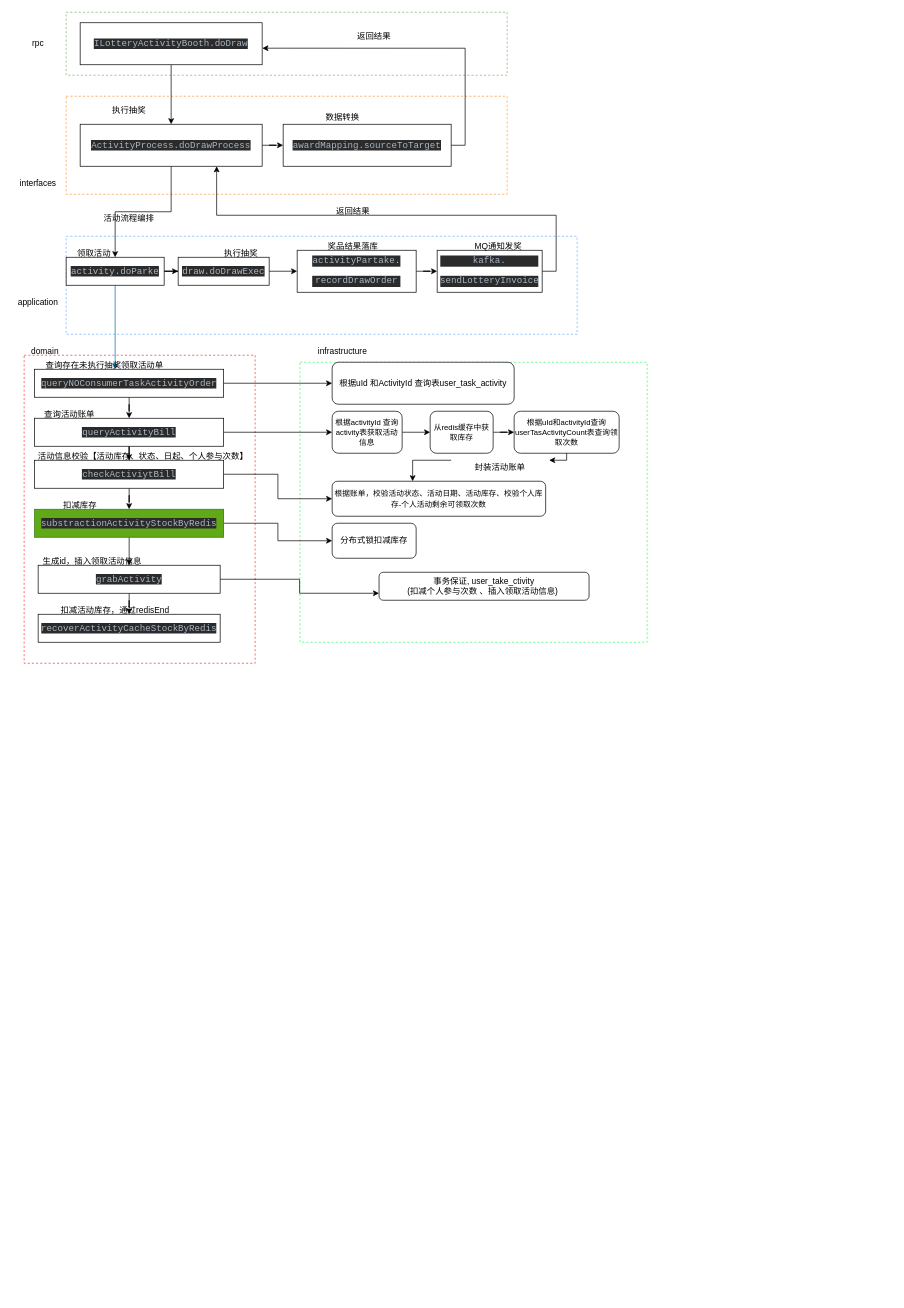
The draw.io diagram lottery-架构图.drawio in VilaNan/tsxxx.github.io, before the edit. Source tidied: cells renumbered, new cells numbered last; positions are measured from the earlier drawing's top-left corner, leaving out a move shared by most shapes. Both pictures are drawn from the tidied source at 70%, with x=0, y=0 at pixel (17, 12).
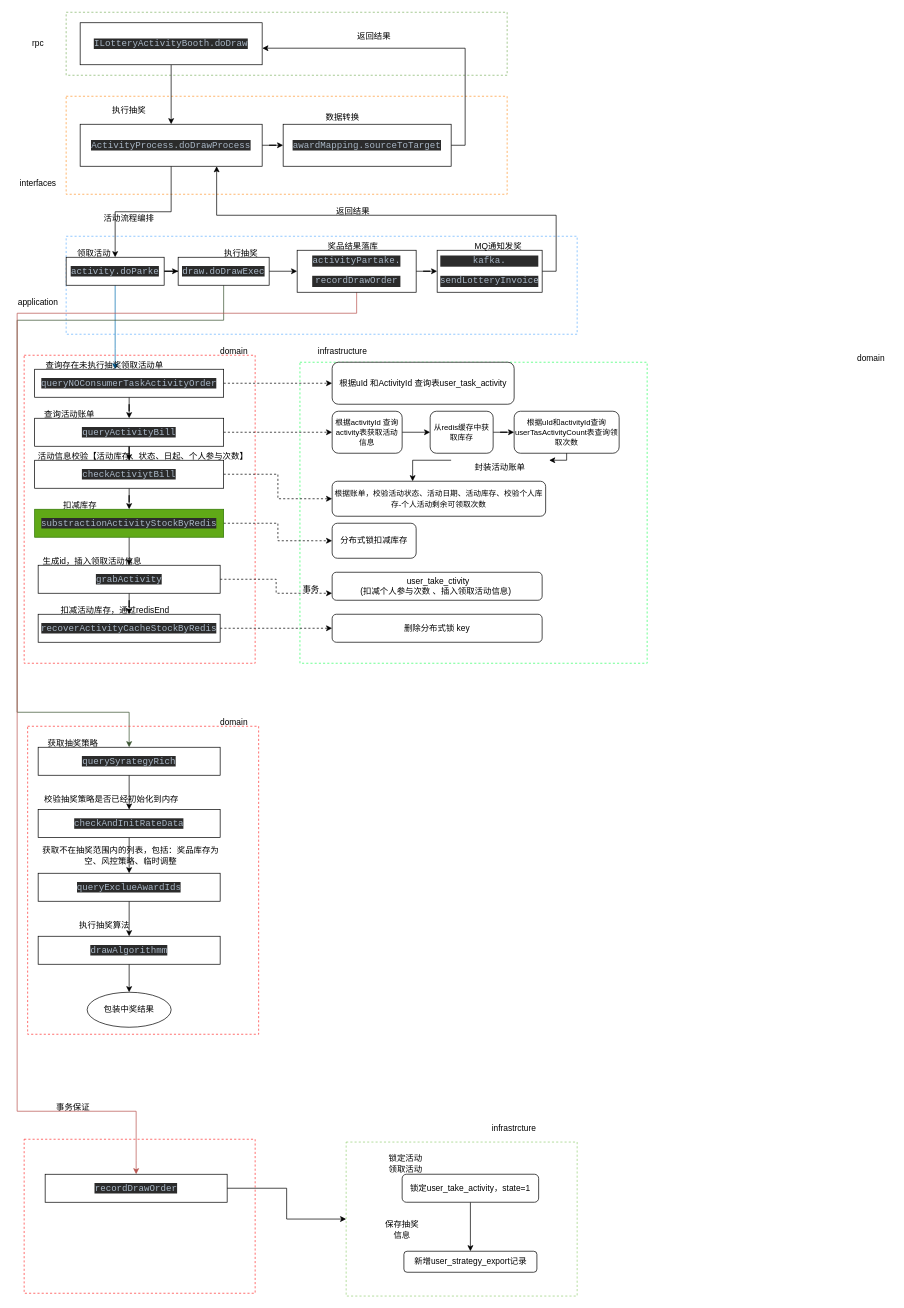
The same page after the edit.

The change refers to these unchanged cells:
```xml
<mxCell id="26" value="&lt;pre style=&quot;border-color: var(--border-color); background-color: rgb(43, 43, 43); color: rgb(169, 183, 198); font-family: &amp;quot;JetBrains Mono&amp;quot;, monospace; font-size: 9.8pt;&quot;&gt;draw.doDrawExec&lt;/pre&gt;" style="whiteSpace=wrap;html=1;rounded=0;" parent="1" vertex="1">
  <mxGeometry x="230" y="350" width="130" height="40" as="geometry" />
</mxCell>
<mxCell id="28" value="&lt;pre style=&quot;border-color: var(--border-color); background-color: rgb(43, 43, 43); color: rgb(169, 183, 198); font-family: &amp;quot;JetBrains Mono&amp;quot;, monospace; font-size: 9.8pt;&quot;&gt;activityPartake.&lt;/pre&gt;&lt;pre style=&quot;border-color: var(--border-color); background-color: rgb(43, 43, 43); color: rgb(169, 183, 198); font-family: &amp;quot;JetBrains Mono&amp;quot;, monospace; font-size: 9.8pt;&quot;&gt;recordDrawOrder&lt;/pre&gt;" style="whiteSpace=wrap;html=1;rounded=0;" parent="1" vertex="1">
  <mxGeometry x="400" y="340" width="170" height="60" as="geometry" />
</mxCell>
<mxCell id="38" value="&lt;pre style=&quot;border-color: var(--border-color); background-color: rgb(43, 43, 43); color: rgb(169, 183, 198); font-family: &amp;quot;JetBrains Mono&amp;quot;, monospace; font-size: 9.8pt;&quot;&gt;queryNOConsumerTaskActivityOrder&lt;/pre&gt;" style="rounded=0;whiteSpace=wrap;html=1;" parent="1" vertex="1">
  <mxGeometry x="25" y="510" width="270" height="40" as="geometry" />
</mxCell>
<mxCell id="41" value="&lt;pre style=&quot;border-color: var(--border-color); background-color: rgb(43, 43, 43); color: rgb(169, 183, 198); font-family: &amp;quot;JetBrains Mono&amp;quot;, monospace; font-size: 9.8pt;&quot;&gt;queryActivityBill&lt;/pre&gt;" style="rounded=0;whiteSpace=wrap;html=1;" parent="1" vertex="1">
  <mxGeometry x="25" y="580" width="270" height="40" as="geometry" />
</mxCell>
<mxCell id="44" value="&lt;pre style=&quot;border-color: var(--border-color); background-color: rgb(43, 43, 43); color: rgb(169, 183, 198); font-family: &amp;quot;JetBrains Mono&amp;quot;, monospace; font-size: 9.8pt;&quot;&gt;&lt;pre style=&quot;border-color: var(--border-color); font-family: &amp;quot;JetBrains Mono&amp;quot;, monospace; font-size: 9.8pt;&quot;&gt;substractionActivityStockByRedis&lt;/pre&gt;&lt;/pre&gt;" style="rounded=0;whiteSpace=wrap;html=1;fillColor=#60a917;fontColor=#ffffff;strokeColor=#2D7600;" parent="1" vertex="1">
  <mxGeometry x="25" y="710" width="270" height="40" as="geometry" />
</mxCell>
<mxCell id="47" value="&lt;pre style=&quot;border-color: var(--border-color); background-color: rgb(43, 43, 43); color: rgb(169, 183, 198); font-family: &amp;quot;JetBrains Mono&amp;quot;, monospace; font-size: 9.8pt;&quot;&gt;checkActiviytBill&lt;/pre&gt;" style="rounded=0;whiteSpace=wrap;html=1;" parent="1" vertex="1">
  <mxGeometry x="25" y="640" width="270" height="40" as="geometry" />
</mxCell>
<mxCell id="54" value="&lt;pre style=&quot;border-color: var(--border-color); color: rgb(169, 183, 198); font-size: 9.8pt; font-family: &amp;quot;JetBrains Mono&amp;quot;, monospace;&quot;&gt;&lt;pre style=&quot;border-color: var(--border-color); background-color: rgb(43, 43, 43); font-family: &amp;quot;JetBrains Mono&amp;quot;, monospace; font-size: 9.8pt;&quot;&gt;grabActivity&lt;/pre&gt;&lt;/pre&gt;" style="whiteSpace=wrap;html=1;rounded=0;" parent="1" vertex="1">
  <mxGeometry x="30" y="790" width="260" height="40" as="geometry" />
</mxCell>
<mxCell id="56" value="&lt;pre style=&quot;border-color: var(--border-color); color: rgb(169, 183, 198); font-size: 9.8pt; font-style: normal; font-variant-ligatures: normal; font-variant-caps: normal; font-weight: 400; letter-spacing: normal; orphans: 2; text-align: center; text-indent: 0px; text-transform: none; widows: 2; word-spacing: 0px; -webkit-text-stroke-width: 0px; text-decoration-thickness: initial; text-decoration-style: initial; text-decoration-color: initial; background-color: rgb(43, 43, 43); font-family: &amp;quot;JetBrains Mono&amp;quot;, monospace;&quot;&gt;recoverActivityCacheStockByRedis&lt;/pre&gt;" style="whiteSpace=wrap;html=1;rounded=0;" parent="1" vertex="1">
  <mxGeometry x="30" y="860" width="260" height="40" as="geometry" />
</mxCell>
<mxCell id="59" value="根据uId 和ActivityId 查询表user_task_activity" style="rounded=1;whiteSpace=wrap;html=1;" parent="1" vertex="1">
  <mxGeometry x="450" y="500" width="260" height="60" as="geometry" />
</mxCell>
<mxCell id="61" value="&lt;span style=&quot;font-size: 11px;&quot;&gt;根据activityId 查询activity表获取活动信息&lt;/span&gt;" style="rounded=1;whiteSpace=wrap;html=1;" parent="1" vertex="1">
  <mxGeometry x="450" y="570" width="100" height="60" as="geometry" />
</mxCell>
<mxCell id="66" value="&lt;span style=&quot;font-size: 11px;&quot;&gt;根据账单，校验活动状态、活动日期、活动库存、校验个人库存-个人活动剩余可领取次数&lt;/span&gt;" style="rounded=1;whiteSpace=wrap;html=1;" parent="1" vertex="1">
  <mxGeometry x="450" y="670" width="305" height="50" as="geometry" />
</mxCell>
<mxCell id="69" value="分布式锁扣减库存" style="rounded=1;whiteSpace=wrap;html=1;" parent="1" vertex="1">
  <mxGeometry x="450" y="730" width="120" height="50" as="geometry" />
</mxCell>
```

Change to the diagram source:
```diff
@@
     <mxCell id="9" value="domain" style="text;html=1;strokeColor=none;fillColor=none;align=center;verticalAlign=middle;whiteSpace=wrap;rounded=0;" parent="1" vertex="1">
-      <mxGeometry x="10" y="470" width="60" height="30" as="geometry" />
+      <mxGeometry x="280" y="470" width="60" height="30" as="geometry" />
     </mxCell>
     <mxCell id="10" style="rounded=0;whiteSpace=wrap;html=1;fillColor=none;dashed=1;strokeColor=#33ff66;" parent="1" vertex="1">
-      <mxGeometry x="404" y="500" width="496" height="400" as="geometry" />
+      <mxGeometry x="404" y="500" width="496" height="430" as="geometry" />
     </mxCell>
@@
+    <mxCell id="71" style="edgeStyle=orthogonalEdgeStyle;rounded=0;jettySize=auto;html=1;fillColor=#6d8764;strokeColor=#3A5431;entryX=0.5;entryY=0;entryDx=0;entryDy=0;" parent="1" edge="1" source="26" target="78">
+      <mxGeometry relative="1" as="geometry">
+        <Array as="points">
+          <mxPoint x="295" y="440" />
+          <mxPoint y="440" />
+          <mxPoint y="1000" />
+          <mxPoint x="160" y="1000" />
+        </Array>
+      </mxGeometry>
+    </mxCell>
@@
+    <mxCell id="72" style="edgeStyle=orthogonalEdgeStyle;rounded=0;jettySize=auto;html=1;fillColor=#f8cecc;gradientColor=#ea6b66;strokeColor=#b85450;entryX=0.5;entryY=0;entryDx=0;entryDy=0;" parent="1" edge="1" source="28" target="93">
+      <mxGeometry relative="1" as="geometry">
+        <Array as="points">
+          <mxPoint x="485" y="430" />
+          <mxPoint y="430" />
+          <mxPoint y="1570" />
+          <mxPoint x="170" y="1570" />
+          <mxPoint x="170" y="1640" />
+        </Array>
+      </mxGeometry>
+    </mxCell>
@@
-    <mxCell id="37" style="edgeStyle=orthogonalEdgeStyle;rounded=0;jettySize=auto;html=1;entryX=0;entryY=0.5;entryDx=0;entryDy=0;" parent="1" edge="1" source="38" target="59">
+    <mxCell id="37" style="edgeStyle=orthogonalEdgeStyle;rounded=0;jettySize=auto;html=1;entryX=0;entryY=0.5;entryDx=0;entryDy=0;dashed=1;" parent="1" edge="1" source="38" target="59">
       <mxGeometry relative="1" as="geometry" />
     </mxCell>
@@
-    <mxCell id="40" style="edgeStyle=orthogonalEdgeStyle;rounded=0;jettySize=auto;html=1;entryX=0;entryY=0.5;entryDx=0;entryDy=0;" parent="1" edge="1" source="41" target="61">
+    <mxCell id="40" style="edgeStyle=orthogonalEdgeStyle;rounded=0;jettySize=auto;html=1;entryX=0;entryY=0.5;entryDx=0;entryDy=0;dashed=1;" parent="1" edge="1" source="41" target="61">
       <mxGeometry relative="1" as="geometry" />
     </mxCell>
@@
-    <mxCell id="43" style="edgeStyle=orthogonalEdgeStyle;rounded=0;jettySize=auto;html=1;" parent="1" edge="1" source="44" target="69">
+    <mxCell id="43" style="edgeStyle=orthogonalEdgeStyle;rounded=0;jettySize=auto;html=1;dashed=1;" parent="1" edge="1" source="44" target="69">
       <mxGeometry relative="1" as="geometry" />
     </mxCell>
@@
-    <mxCell id="46" style="edgeStyle=orthogonalEdgeStyle;rounded=0;jettySize=auto;html=1;entryX=0;entryY=0.5;entryDx=0;entryDy=0;" parent="1" edge="1" source="47" target="66">
+    <mxCell id="46" style="edgeStyle=orthogonalEdgeStyle;rounded=0;jettySize=auto;html=1;entryX=0;entryY=0.5;entryDx=0;entryDy=0;dashed=1;" parent="1" edge="1" source="47" target="66">
       <mxGeometry relative="1" as="geometry" />
     </mxCell>
@@
-    <mxCell id="53" style="edgeStyle=orthogonalEdgeStyle;rounded=0;jettySize=auto;html=1;entryX=0;entryY=0.75;entryDx=0;entryDy=0;" parent="1" edge="1" source="54" target="70">
+    <mxCell id="53" style="edgeStyle=orthogonalEdgeStyle;rounded=0;jettySize=auto;html=1;entryX=0;entryY=0.75;entryDx=0;entryDy=0;dashed=1;" parent="1" edge="1" source="54" target="70">
       <mxGeometry relative="1" as="geometry" />
     </mxCell>
@@
+    <mxCell id="73" style="edgeStyle=orthogonalEdgeStyle;rounded=0;jettySize=auto;html=1;dashed=1;" parent="1" edge="1" source="56" target="74">
+      <mxGeometry relative="1" as="geometry" />
+    </mxCell>
@@
-    <mxCell id="70" value="事务保证,&amp;nbsp;user_take_ctivity&lt;br&gt;(扣减个人参与次数 、插入领取活动信息)&amp;nbsp;" style="rounded=1;whiteSpace=wrap;html=1;" parent="1" vertex="1">
-      <mxGeometry x="517" y="800" width="300" height="40" as="geometry" />
+    <mxCell id="70" value="&amp;nbsp;user_take_ctivity&lt;br&gt;(扣减个人参与次数 、插入领取活动信息)&amp;nbsp;" style="rounded=1;whiteSpace=wrap;html=1;" parent="1" vertex="1">
+      <mxGeometry x="450" y="800" width="300" height="40" as="geometry" />
     </mxCell>
+    <mxCell id="74" value="删除分布式锁 key" style="rounded=1;whiteSpace=wrap;html=1;" parent="1" vertex="1">
+      <mxGeometry x="450" y="860" width="300" height="40" as="geometry" />
+    </mxCell>
+    <mxCell id="75" style="rounded=0;whiteSpace=wrap;html=1;fillColor=none;dashed=1;strokeColor=#ff3333;" parent="1" vertex="1">
+      <mxGeometry x="15" y="1020" width="330" height="440" as="geometry" />
+    </mxCell>
+    <mxCell id="76" value="domain" style="text;html=1;strokeColor=none;fillColor=none;align=center;verticalAlign=middle;whiteSpace=wrap;rounded=0;" parent="1" vertex="1">
+      <mxGeometry x="280" y="1000" width="60" height="30" as="geometry" />
+    </mxCell>
+    <mxCell id="77" style="edgeStyle=orthogonalEdgeStyle;rounded=0;jettySize=auto;html=1;" parent="1" edge="1" source="78" target="80">
+      <mxGeometry relative="1" as="geometry" />
+    </mxCell>
+    <mxCell id="78" value="&lt;pre style=&quot;border-color: var(--border-color); color: rgb(169, 183, 198); font-size: 9.8pt; font-style: normal; font-variant-ligatures: normal; font-variant-caps: normal; font-weight: 400; letter-spacing: normal; orphans: 2; text-align: center; text-indent: 0px; text-transform: none; widows: 2; word-spacing: 0px; -webkit-text-stroke-width: 0px; text-decoration-thickness: initial; text-decoration-style: initial; text-decoration-color: initial; background-color: rgb(43, 43, 43); font-family: &amp;quot;JetBrains Mono&amp;quot;, monospace;&quot;&gt;querySyrategyRich&lt;/pre&gt;" style="whiteSpace=wrap;html=1;rounded=0;" parent="1" vertex="1">
+      <mxGeometry x="30" y="1050" width="260" height="40" as="geometry" />
+    </mxCell>
+    <mxCell id="79" style="edgeStyle=orthogonalEdgeStyle;rounded=0;jettySize=auto;html=1;" parent="1" edge="1" source="80" target="82">
+      <mxGeometry relative="1" as="geometry" />
+    </mxCell>
+    <mxCell id="80" value="&lt;pre style=&quot;border-color: var(--border-color); color: rgb(169, 183, 198); font-size: 9.8pt; font-style: normal; font-variant-ligatures: normal; font-variant-caps: normal; font-weight: 400; letter-spacing: normal; orphans: 2; text-align: center; text-indent: 0px; text-transform: none; widows: 2; word-spacing: 0px; -webkit-text-stroke-width: 0px; text-decoration-thickness: initial; text-decoration-style: initial; text-decoration-color: initial; background-color: rgb(43, 43, 43); font-family: &amp;quot;JetBrains Mono&amp;quot;, monospace;&quot;&gt;checkAndInitRateData&lt;/pre&gt;" style="whiteSpace=wrap;html=1;rounded=0;" parent="1" vertex="1">
+      <mxGeometry x="30" y="1139" width="260" height="40" as="geometry" />
+    </mxCell>
+    <mxCell id="81" style="edgeStyle=orthogonalEdgeStyle;rounded=0;jettySize=auto;html=1;" parent="1" edge="1" source="82" target="84">
+      <mxGeometry relative="1" as="geometry" />
+    </mxCell>
+    <mxCell id="82" value="&lt;pre style=&quot;border-color: var(--border-color); color: rgb(169, 183, 198); font-size: 9.8pt; font-style: normal; font-variant-ligatures: normal; font-variant-caps: normal; font-weight: 400; letter-spacing: normal; orphans: 2; text-align: center; text-indent: 0px; text-transform: none; widows: 2; word-spacing: 0px; -webkit-text-stroke-width: 0px; text-decoration-thickness: initial; text-decoration-style: initial; text-decoration-color: initial; background-color: rgb(43, 43, 43); font-family: &amp;quot;JetBrains Mono&amp;quot;, monospace;&quot;&gt;queryExclueAwardIds&lt;/pre&gt;" style="whiteSpace=wrap;html=1;rounded=0;" parent="1" vertex="1">
+      <mxGeometry x="30" y="1230" width="260" height="40" as="geometry" />
+    </mxCell>
+    <mxCell id="83" style="edgeStyle=orthogonalEdgeStyle;rounded=0;jettySize=auto;html=1;" parent="1" edge="1" source="84" target="89">
+      <mxGeometry relative="1" as="geometry" />
+    </mxCell>
+    <mxCell id="84" value="&lt;pre style=&quot;border-color: var(--border-color); color: rgb(169, 183, 198); font-size: 9.8pt; font-style: normal; font-variant-ligatures: normal; font-variant-caps: normal; font-weight: 400; letter-spacing: normal; orphans: 2; text-align: center; text-indent: 0px; text-transform: none; widows: 2; word-spacing: 0px; -webkit-text-stroke-width: 0px; text-decoration-thickness: initial; text-decoration-style: initial; text-decoration-color: initial; background-color: rgb(43, 43, 43); font-family: &amp;quot;JetBrains Mono&amp;quot;, monospace;&quot;&gt;drawAlgorithmm&lt;/pre&gt;" style="whiteSpace=wrap;html=1;rounded=0;" parent="1" vertex="1">
+      <mxGeometry x="30" y="1320" width="260" height="40" as="geometry" />
+    </mxCell>
+    <mxCell id="85" value="获取抽奖策略" style="text;html=1;strokeColor=none;fillColor=none;align=center;verticalAlign=middle;whiteSpace=wrap;rounded=0;" parent="1" vertex="1">
+      <mxGeometry x="25" y="1030" width="110" height="30" as="geometry" />
+    </mxCell>
+    <mxCell id="86" value="校验抽奖策略是否已经初始化到内存" style="text;html=1;strokeColor=none;fillColor=none;align=center;verticalAlign=middle;whiteSpace=wrap;rounded=0;" parent="1" vertex="1">
+      <mxGeometry x="20" y="1109" width="230" height="30" as="geometry" />
+    </mxCell>
+    <mxCell id="87" value="获取不在抽奖范围内的列表，包括：奖品库存为空、风控策略、临时调整" style="text;html=1;strokeColor=none;fillColor=none;align=center;verticalAlign=middle;whiteSpace=wrap;rounded=0;" parent="1" vertex="1">
+      <mxGeometry x="25" y="1190" width="275" height="30" as="geometry" />
+    </mxCell>
+    <mxCell id="88" value="执行抽奖算法" style="text;html=1;strokeColor=none;fillColor=none;align=center;verticalAlign=middle;whiteSpace=wrap;rounded=0;" parent="1" vertex="1">
+      <mxGeometry x="60" y="1290" width="130" height="30" as="geometry" />
+    </mxCell>
+    <mxCell id="89" value="包装中奖结果" style="ellipse;whiteSpace=wrap;html=1;" parent="1" vertex="1">
+      <mxGeometry x="100" y="1400" width="120" height="50" as="geometry" />
+    </mxCell>
+    <mxCell id="90" style="rounded=0;whiteSpace=wrap;html=1;fillColor=none;dashed=1;strokeColor=#ff3333;" parent="1" vertex="1">
+      <mxGeometry x="10" y="1610" width="330" height="220" as="geometry" />
+    </mxCell>
+    <mxCell id="91" value="domain" style="text;html=1;strokeColor=none;fillColor=none;align=center;verticalAlign=middle;whiteSpace=wrap;rounded=0;" parent="1" vertex="1">
+      <mxGeometry x="1190" y="480" width="60" height="30" as="geometry" />
+    </mxCell>
+    <mxCell id="92" style="edgeStyle=orthogonalEdgeStyle;rounded=0;jettySize=auto;html=1;" parent="1" edge="1" source="93" target="97">
+      <mxGeometry relative="1" as="geometry" />
+    </mxCell>
+    <mxCell id="93" value="&lt;pre style=&quot;border-color: var(--border-color); color: rgb(169, 183, 198); font-size: 9.8pt; font-style: normal; font-variant-ligatures: normal; font-variant-caps: normal; font-weight: 400; letter-spacing: normal; orphans: 2; text-align: center; text-indent: 0px; text-transform: none; widows: 2; word-spacing: 0px; -webkit-text-stroke-width: 0px; text-decoration-thickness: initial; text-decoration-style: initial; text-decoration-color: initial; background-color: rgb(43, 43, 43); font-family: &amp;quot;JetBrains Mono&amp;quot;, monospace;&quot;&gt;recordDrawOrder&lt;/pre&gt;" style="whiteSpace=wrap;html=1;rounded=0;" parent="1" vertex="1">
+      <mxGeometry x="40" y="1660" width="260" height="40" as="geometry" />
+    </mxCell>
+    <mxCell id="94" value="infrastrcture" style="text;html=1;strokeColor=none;fillColor=none;align=center;verticalAlign=middle;whiteSpace=wrap;rounded=0;" parent="1" vertex="1">
+      <mxGeometry x="680" y="1580" width="60" height="30" as="geometry" />
+    </mxCell>
+    <mxCell id="95" value="事务保证" style="text;html=1;strokeColor=none;fillColor=none;align=center;verticalAlign=middle;whiteSpace=wrap;rounded=0;" parent="1" vertex="1">
+      <mxGeometry x="50" y="1550" width="60" height="30" as="geometry" />
+    </mxCell>
+    <mxCell id="96" value="事务" style="text;html=1;strokeColor=none;fillColor=none;align=center;verticalAlign=middle;whiteSpace=wrap;rounded=0;" parent="1" vertex="1">
+      <mxGeometry x="390" y="810" width="60" height="30" as="geometry" />
+    </mxCell>
+    <mxCell id="97" style="rounded=0;whiteSpace=wrap;html=1;fillColor=none;dashed=1;strokeColor=#97D077;" parent="1" vertex="1">
+      <mxGeometry x="470" y="1614" width="330" height="220" as="geometry" />
+    </mxCell>
+    <mxCell id="98" value="锁定活动领取活动" style="text;html=1;strokeColor=none;fillColor=none;align=center;verticalAlign=middle;whiteSpace=wrap;rounded=0;" parent="1" vertex="1">
+      <mxGeometry x="525" y="1630" width="60" height="30" as="geometry" />
+    </mxCell>
+    <mxCell id="99" value="保存抽奖信息" style="text;html=1;strokeColor=none;fillColor=none;align=center;verticalAlign=middle;whiteSpace=wrap;rounded=0;" parent="1" vertex="1">
+      <mxGeometry x="520" y="1724" width="60" height="30" as="geometry" />
+    </mxCell>
+    <mxCell id="100" style="edgeStyle=orthogonalEdgeStyle;rounded=0;jettySize=auto;html=1;" parent="1" edge="1" source="101" target="102">
+      <mxGeometry relative="1" as="geometry" />
+    </mxCell>
+    <mxCell id="101" value="锁定user_take_activity，state=1" style="rounded=1;whiteSpace=wrap;html=1;" parent="1" vertex="1">
+      <mxGeometry x="550" y="1660" width="195" height="40" as="geometry" />
+    </mxCell>
+    <mxCell id="102" value="新增user_strategy_export记录" style="whiteSpace=wrap;html=1;rounded=1;" parent="1" vertex="1">
+      <mxGeometry x="552.5" y="1770" width="190" height="30" as="geometry" />
+    </mxCell>
```
